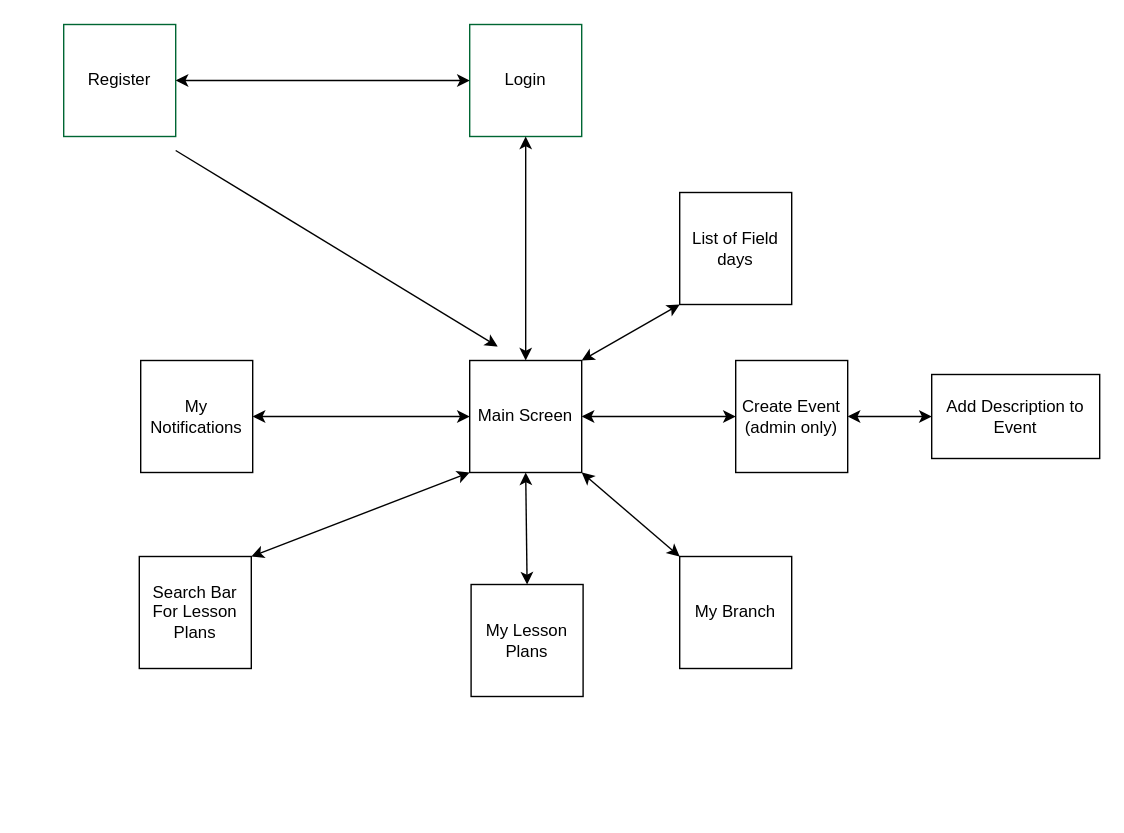
The draw.io diagram System_Engineering/Untitled Diagram.drawio in zeproisme/ManigutMadayit, before the edit. Source tidied: cells renumbered, new cells numbered last; positions are measured from the earlier drawing's top-left corner, leaving out a move shared by most shapes. Both pictures are drawn from the tidied source at 140%, with x=0, y=0 at pixel (63, 24).
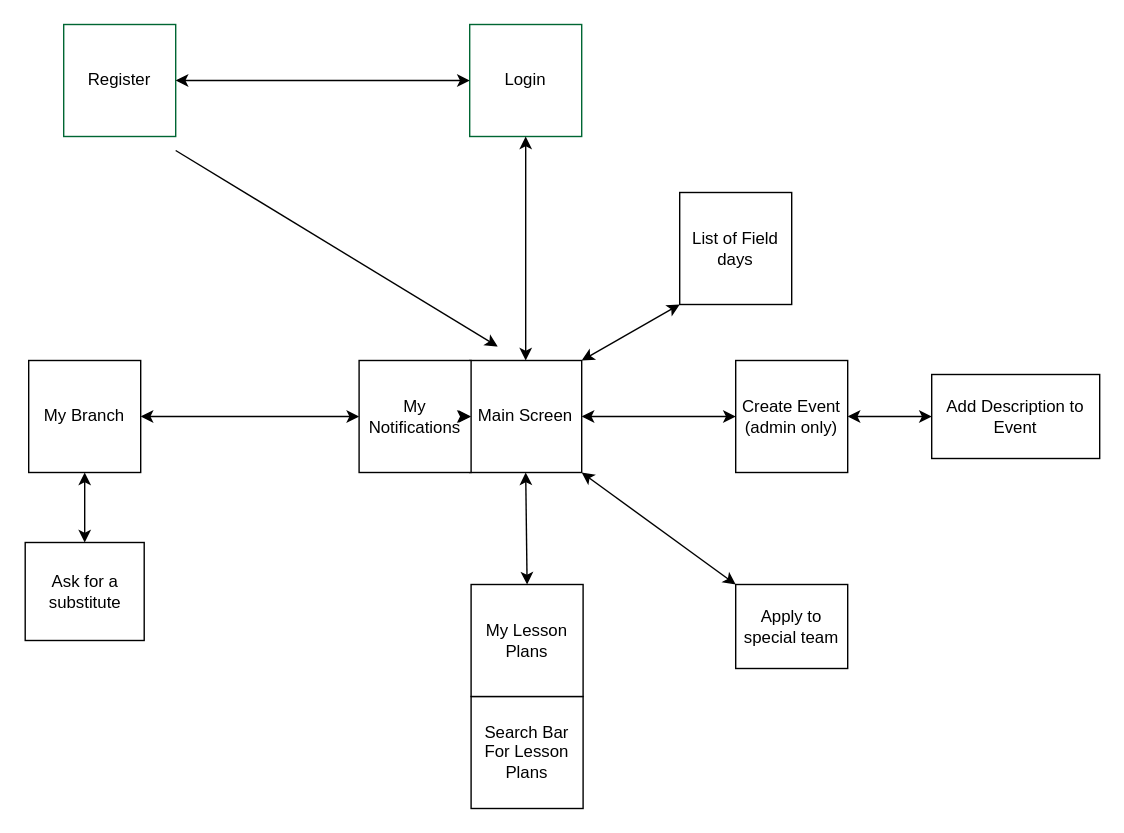
The same diagram, later.

Commit message:
Update Screen Flow Chart

Unchanged cells that the change refers to:
```xml
<mxCell id="5" value="Main Screen" style="whiteSpace=wrap;html=1;" parent="1" vertex="1">
  <mxGeometry x="290" y="240" width="80" height="80" as="geometry" />
</mxCell>
```

Change to the diagram source:
```diff
@@
     <mxCell id="6" value="My Notifications" style="whiteSpace=wrap;html=1;" parent="1" vertex="1">
-      <mxGeometry x="55" y="240" width="80" height="80" as="geometry" />
+      <mxGeometry x="211" y="240" width="80" height="80" as="geometry" />
     </mxCell>
     <mxCell id="7" value="Search Bar&lt;br&gt;For Lesson Plans" style="whiteSpace=wrap;html=1;" parent="1" vertex="1">
-      <mxGeometry x="54" y="380" width="80" height="80" as="geometry" />
+      <mxGeometry x="291" y="480" width="80" height="80" as="geometry" />
     </mxCell>
@@
     <mxCell id="11" value="My Branch" style="whiteSpace=wrap;html=1;" parent="1" vertex="1">
-      <mxGeometry x="440" y="380" width="80" height="80" as="geometry" />
+      <mxGeometry x="-25" y="240" width="80" height="80" as="geometry" />
     </mxCell>
@@
-    <mxCell id="14" style="endArrow=classic;startArrow=classic;html=1;rounded=0;entryX=0;entryY=1;entryDx=0;entryDy=0;exitX=1;exitY=0;exitDx=0;exitDy=0;" parent="1" edge="1" source="7" target="5">
-      <mxGeometry relative="1" as="geometry" />
-    </mxCell>
@@
-    <mxCell id="16" style="endArrow=classic;startArrow=classic;html=1;rounded=0;entryX=0;entryY=0;entryDx=0;entryDy=0;exitX=1;exitY=1;exitDx=0;exitDy=0;" parent="1" edge="1" source="5" target="11">
+    <mxCell id="16" style="endArrow=classic;startArrow=classic;html=1;rounded=0;entryX=1;entryY=0.5;entryDx=0;entryDy=0;exitX=0;exitY=0.5;exitDx=0;exitDy=0;" parent="1" edge="1" source="6" target="11">
       <mxGeometry relative="1" as="geometry" />
     </mxCell>
@@
+    <mxCell id="22" value="Ask for a substitute" style="rounded=0;whiteSpace=wrap;html=1;" parent="1" vertex="1">
+      <mxGeometry x="-27.5" y="370" width="85" height="70" as="geometry" />
+    </mxCell>
+    <mxCell id="23" style="endArrow=classic;startArrow=classic;html=1;rounded=0;entryX=0.5;entryY=1;entryDx=0;entryDy=0;exitX=0.5;exitY=0;exitDx=0;exitDy=0;" parent="1" edge="1" source="22" target="11">
+      <mxGeometry relative="1" as="geometry" />
+    </mxCell>
+    <mxCell id="24" value="Apply to special team" style="rounded=0;whiteSpace=wrap;html=1;" parent="1" vertex="1">
+      <mxGeometry x="480" y="400" width="80" height="60" as="geometry" />
+    </mxCell>
+    <mxCell id="25" style="endArrow=classic;startArrow=classic;html=1;rounded=0;exitX=1;exitY=1;exitDx=0;exitDy=0;entryX=0;entryY=0;entryDx=0;entryDy=0;" parent="1" edge="1" source="5" target="24">
+      <mxGeometry relative="1" as="geometry" />
+    </mxCell>
```
